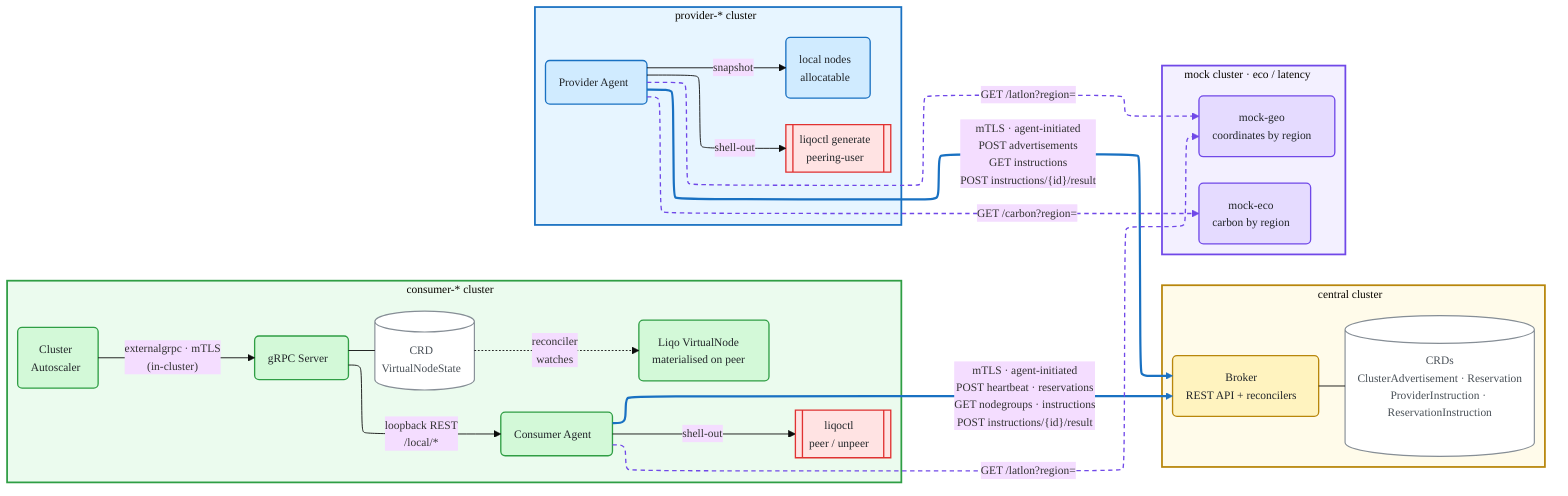
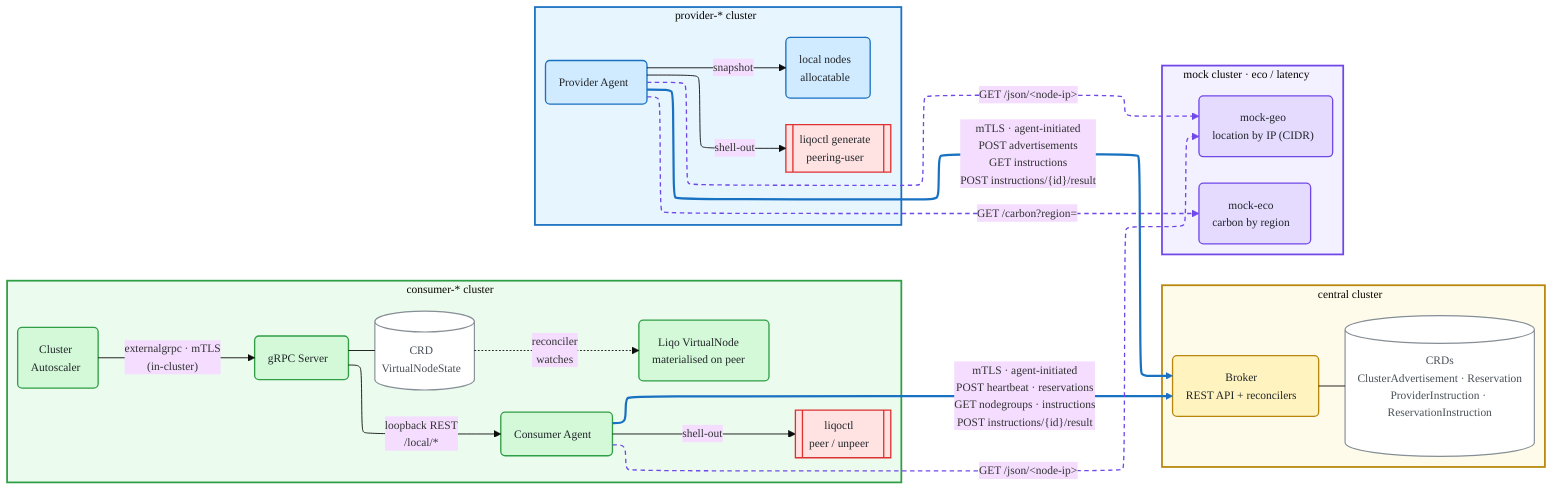
%%{init: {'theme': 'base', 'layout': 'elk', 'themeVariables': {'fontSize': '13px', 'fontFamily': 'Helvetica, Arial, sans-serif'}, 'flowchart': {'curve': 'basis', 'nodeSpacing': 55, 'rankSpacing': 70}}}%%
%% docs/design.md §3 — system overview (as-built).
%% Layout (flowchart LR, ELK engine): the consumer and provider clusters (left)
%% initiate ALL traffic to the right — to the central broker and, for the
%% eco/latency strategies, to the mock cluster. Arrows point in the direction
%% each call is made; the broker never dials an agent, so no arrow points back
%% (right-to-left) into a cluster. Each cluster owns its own liqoctl exec.
%% LR keeps the diagram wide-and-short (the consumer's CA->gRPC->Agent chain runs
%% horizontally) so it reads in one glance. Uses the ELK layout engine
%% ('layout':'elk'), bundled in recent @mermaid-js/mermaid-cli.
%% Regenerate the PNG with:
%%   mmdc -i architecture.mmd -o architecture-diagram.png --backgroundColor white -s 3
flowchart LR
    %% ===== top row: central (centre) + mock (right) =====
    subgraph Central["central cluster"]
        Bk("Broker<br/>REST API + reconcilers")
        BkCRD[("CRDs<br/>ClusterAdvertisement · Reservation<br/>ProviderInstruction · ReservationInstruction")]
        Bk --- BkCRD
    end

    subgraph Mock["mock cluster · eco / latency"]
        direction LR
        MockEco("mock-eco<br/>carbon by region")
-         MockGeo("mock-geo<br/>coordinates by region")
+         MockGeo("mock-geo<br/>location by IP (CIDR)")
    end

    %% ===== bottom row: consumer (left) + provider (right) =====
    subgraph Consumer["consumer-* cluster"]
        CA("Cluster<br/>Autoscaler")
        GS("gRPC Server")
        CAg("Consumer Agent")
        VNS[("CRD<br/>VirtualNodeState")]
        VN("Liqo VirtualNode<br/>materialised on peer")
        LqC[["liqoctl<br/>peer / unpeer"]]
        CA -- "externalgrpc · mTLS<br/>(in-cluster)" --> GS
        GS -- "loopback REST<br/>/local/*" --> CAg
        GS --- VNS
        VNS -. reconciler<br/>watches .-> VN
        CAg -- shell-out --> LqC
    end

    subgraph Provider["provider-* cluster"]
        PAg("Provider Agent")
        Nodes("local nodes<br/>allocatable")
        LqP[["liqoctl generate<br/>peering-user"]]
        PAg -- snapshot --> Nodes
        PAg -- shell-out --> LqP
    end

    %% ===== cross-cluster: agent-initiated only (arrow = direction of the call) =====
    CAg == "mTLS · agent-initiated<br/>POST heartbeat · reservations<br/>GET nodegroups · instructions<br/>POST instructions/{id}/result" ==> Bk
    PAg == "mTLS · agent-initiated<br/>POST advertisements<br/>GET instructions<br/>POST instructions/{id}/result" ==> Bk

-     %% region-keyed mock fetches — plain HTTP, agent-initiated, best-effort
+     %% mock fetches — plain HTTP, agent-initiated, best-effort. Each agent
+     %% geolocates its own node IP; the provider keys carbon by the discovered region.
    PAg -. "GET /carbon?region=" .-> MockEco
-     PAg -. "GET /latlon?region=" .-> MockGeo
-     CAg -. "GET /latlon?region=" .-> MockGeo
+     PAg -. "GET /json/&lt;node-ip&gt;" .-> MockGeo
+     CAg -. "GET /json/&lt;node-ip&gt;" .-> MockGeo

    %% ===== styling =====
    classDef central  fill:#fff3bf,stroke:#b8860b,stroke-width:1.5px,color:#212529
    classDef consumer fill:#d3f9d8,stroke:#2f9e44,stroke-width:1.5px,color:#212529
    classDef provider fill:#d0ebff,stroke:#1971c2,stroke-width:1.5px,color:#212529
    classDef mock     fill:#e5dbff,stroke:#7048e8,stroke-width:1.5px,color:#212529
    classDef crd      fill:#ffffff,stroke:#868e96,stroke-width:1.3px,color:#495057
    classDef exec     fill:#ffe3e3,stroke:#e03131,stroke-width:1.5px,color:#212529
    class Bk central
    class CA,GS,CAg,VN consumer
    class PAg,Nodes provider
    class MockEco,MockGeo mock
    class BkCRD,VNS crd
    class LqC,LqP exec

    style Central  fill:#fffbea,stroke:#b8860b,stroke-width:2px
    style Mock     fill:#f3f0ff,stroke:#7048e8,stroke-width:2px
    style Consumer fill:#ebfbee,stroke:#2f9e44,stroke-width:2px
    style Provider fill:#e7f5ff,stroke:#1971c2,stroke-width:2px

    linkStyle 8,9 stroke:#1971c2,stroke-width:2.5px
    linkStyle 10,11,12 stroke:#7048e8,stroke-width:1.5px,stroke-dasharray:5 4
